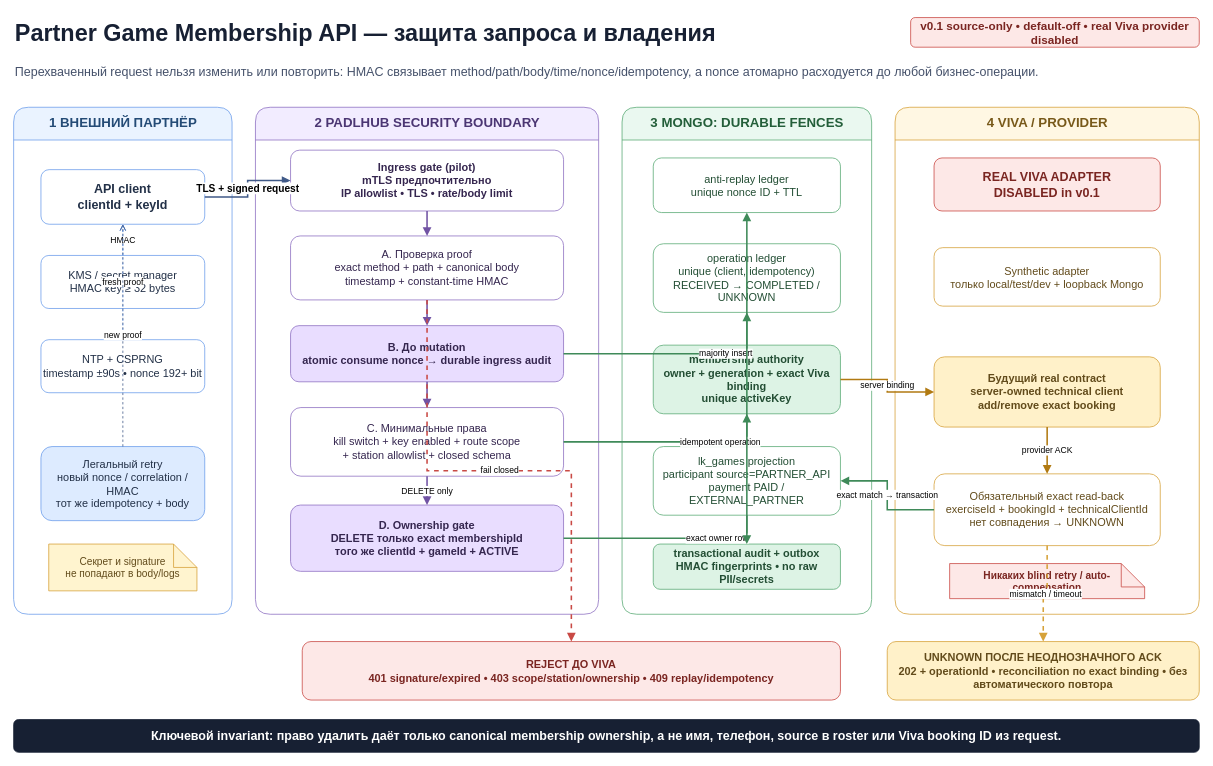
Earlier version of the draw.io diagram docs/assets/partner-game-membership-security.drawio (Z6v6e6r/lk). Source tidied: cells renumbered, new cells numbered last; positions are measured from the earlier drawing's top-left corner, leaving out a move shared by most shapes. Both pictures are drawn from the tidied source at 78%, with x=0, y=0 at pixel (13, 13).
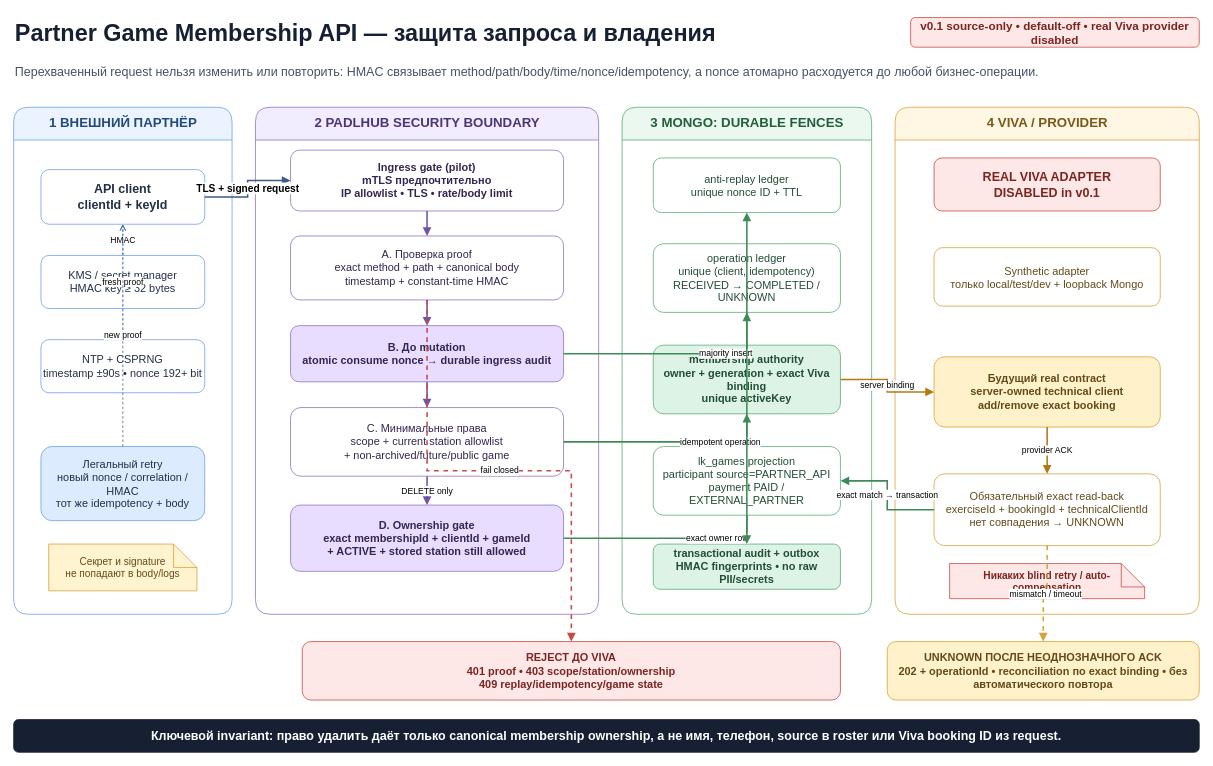
Above is the later version.

Commit message (it also covers changes not shown here):
fix(partner-api): enforce deletion ACL and game eligibility

What changed in the source:
```diff
@@
-    <mxCell id="17" value="C. Минимальные права&#10;kill switch + key enabled + route scope&#10;+ station allowlist + closed schema" style="rounded=1;whiteSpace=wrap;html=1;fillColor=#FFFFFF;strokeColor=#8E70C1;fontSize=14;fontColor=#35264F;" parent="1" vertex="1">
+    <mxCell id="17" value="C. Минимальные права&#10;scope + current station allowlist&#10;+ non-archived/future/public game" style="rounded=1;whiteSpace=wrap;html=1;fillColor=#FFFFFF;strokeColor=#8E70C1;fontSize=14;fontColor=#35264F;" parent="1" vertex="1">
       <mxGeometry x="355" y="505" width="350" height="88" as="geometry" />
     </mxCell>
-    <mxCell id="18" value="D. Ownership gate&#10;DELETE только exact membershipId&#10;того же clientId + gameId + ACTIVE" style="rounded=1;whiteSpace=wrap;html=1;fillColor=#E9DDFF;strokeColor=#8E70C1;fontSize=14;fontStyle=1;fontColor=#35264F;" parent="1" vertex="1">
+    <mxCell id="18" value="D. Ownership gate&#10;exact membershipId + clientId + gameId&#10;+ ACTIVE + stored station still allowed" style="rounded=1;whiteSpace=wrap;html=1;fillColor=#E9DDFF;strokeColor=#8E70C1;fontSize=14;fontStyle=1;fontColor=#35264F;" parent="1" vertex="1">
       <mxGeometry x="355" y="630" width="350" height="85" as="geometry" />
     </mxCell>
@@
-    <mxCell id="44" value="REJECT ДО VIVA&#10;401 signature/expired • 403 scope/station/ownership • 409 replay/idempotency" style="rounded=1;whiteSpace=wrap;html=1;fillColor=#FDE8E7;strokeColor=#C94A45;fontSize=14;fontStyle=1;fontColor=#7A2521;" parent="1" vertex="1">
+    <mxCell id="44" value="REJECT ДО VIVA&#10;401 proof • 403 scope/station/ownership&#10;409 replay/idempotency/game state" style="rounded=1;whiteSpace=wrap;html=1;fillColor=#FDE8E7;strokeColor=#C94A45;fontSize=14;fontStyle=1;fontColor=#7A2521;" parent="1" vertex="1">
       <mxGeometry x="370" y="805" width="690" height="75" as="geometry" />
     </mxCell>
```
